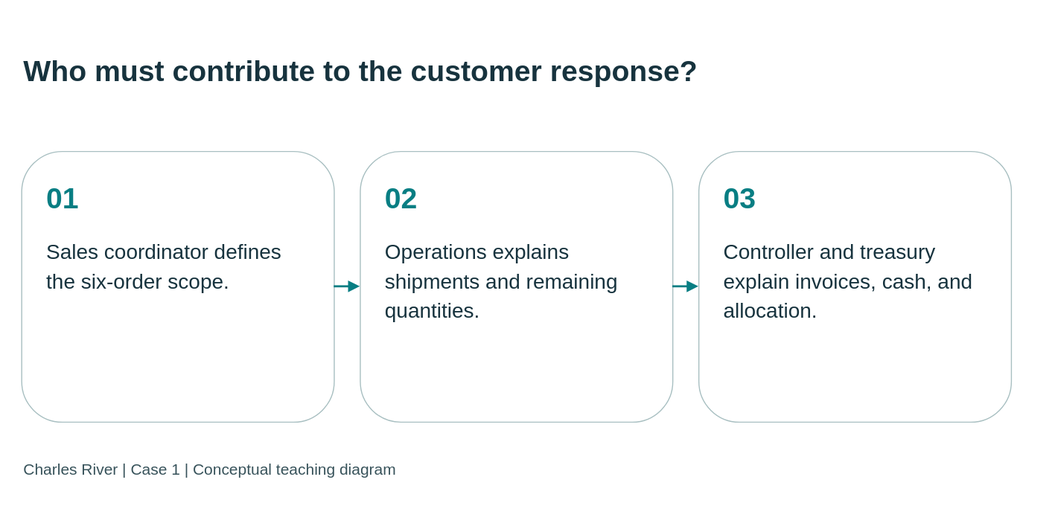
Above: static/diagrams/cases/case01-handoffs.svg in mmcodesso/CharlesRiver_Database (draw.io), before the change. Source tidied: cells renumbered, new cells last; positions are measured from the earlier drawing's top-left corner, leaving out a move shared by most shapes. Source of this version:
```xml
<mxGraphModel background="#f5f5ee">
  <root>
    <mxCell id="0" />
    <mxCell id="1" parent="0" />
    <mxCell id="2" value="Who must contribute to the customer response?" style="text;html=0;strokeColor=none;fillColor=none;align=left;verticalAlign=middle;whiteSpace=wrap;fontSize=28;fontStyle=1;fontColor=#17333e;fontFamily=Arial;" parent="1" vertex="1">
      <mxGeometry width="950" height="95" as="geometry" />
    </mxCell>
    <mxCell id="3" value="&lt;div style=&quot;font-size:28px;color:#087e83;font-weight:bold;margin-bottom:20px&quot;&gt;01&lt;/div&gt;&lt;div style=&quot;font-size:20px;line-height:1.4&quot;&gt;Sales coordinator defines the six-order scope.&lt;/div&gt;" style="rounded=1;whiteSpace=wrap;html=1;fillColor=#ffffff;strokeColor=#a8bfc1;fontColor=#17333e;align=left;verticalAlign=top;spacing=24;fontFamily=Arial;fontSize=20;" parent="1" vertex="1">
      <mxGeometry y="125" width="300" height="260" as="geometry" />
    </mxCell>
    <mxCell id="4" value="&lt;div style=&quot;font-size:28px;color:#087e83;font-weight:bold;margin-bottom:20px&quot;&gt;02&lt;/div&gt;&lt;div style=&quot;font-size:20px;line-height:1.4&quot;&gt;Operations explains shipments and remaining quantities.&lt;/div&gt;" style="rounded=1;whiteSpace=wrap;html=1;fillColor=#ffffff;strokeColor=#a8bfc1;fontColor=#17333e;align=left;verticalAlign=top;spacing=24;fontFamily=Arial;fontSize=20;" parent="1" vertex="1">
      <mxGeometry x="325" y="125" width="300" height="260" as="geometry" />
    </mxCell>
    <mxCell id="5" value="&lt;div style=&quot;font-size:28px;color:#087e83;font-weight:bold;margin-bottom:20px&quot;&gt;03&lt;/div&gt;&lt;div style=&quot;font-size:20px;line-height:1.4&quot;&gt;Controller and treasury explain invoices, cash, and allocation.&lt;/div&gt;" style="rounded=1;whiteSpace=wrap;html=1;fillColor=#ffffff;strokeColor=#a8bfc1;fontColor=#17333e;align=left;verticalAlign=top;spacing=24;fontFamily=Arial;fontSize=20;" parent="1" vertex="1">
      <mxGeometry x="650" y="125" width="300" height="260" as="geometry" />
    </mxCell>
    <mxCell id="6" style="edgeStyle=orthogonalEdgeStyle;rounded=0;html=1;endArrow=block;endFill=1;strokeColor=#087e83;strokeWidth=2;" parent="1" edge="1" source="3" target="4">
      <mxGeometry relative="1" as="geometry" />
    </mxCell>
    <mxCell id="7" style="edgeStyle=orthogonalEdgeStyle;rounded=0;html=1;endArrow=block;endFill=1;strokeColor=#087e83;strokeWidth=2;" parent="1" edge="1" source="4" target="5">
      <mxGeometry relative="1" as="geometry" />
    </mxCell>
    <mxCell id="8" value="Charles River | Case 1 | Conceptual teaching diagram" style="text;html=0;strokeColor=none;fillColor=none;align=left;fontSize=15;fontColor=#38535b;fontFamily=Arial;" parent="1" vertex="1">
      <mxGeometry y="415" width="950" height="35" as="geometry" />
    </mxCell>
  </root>
</mxGraphModel>
```
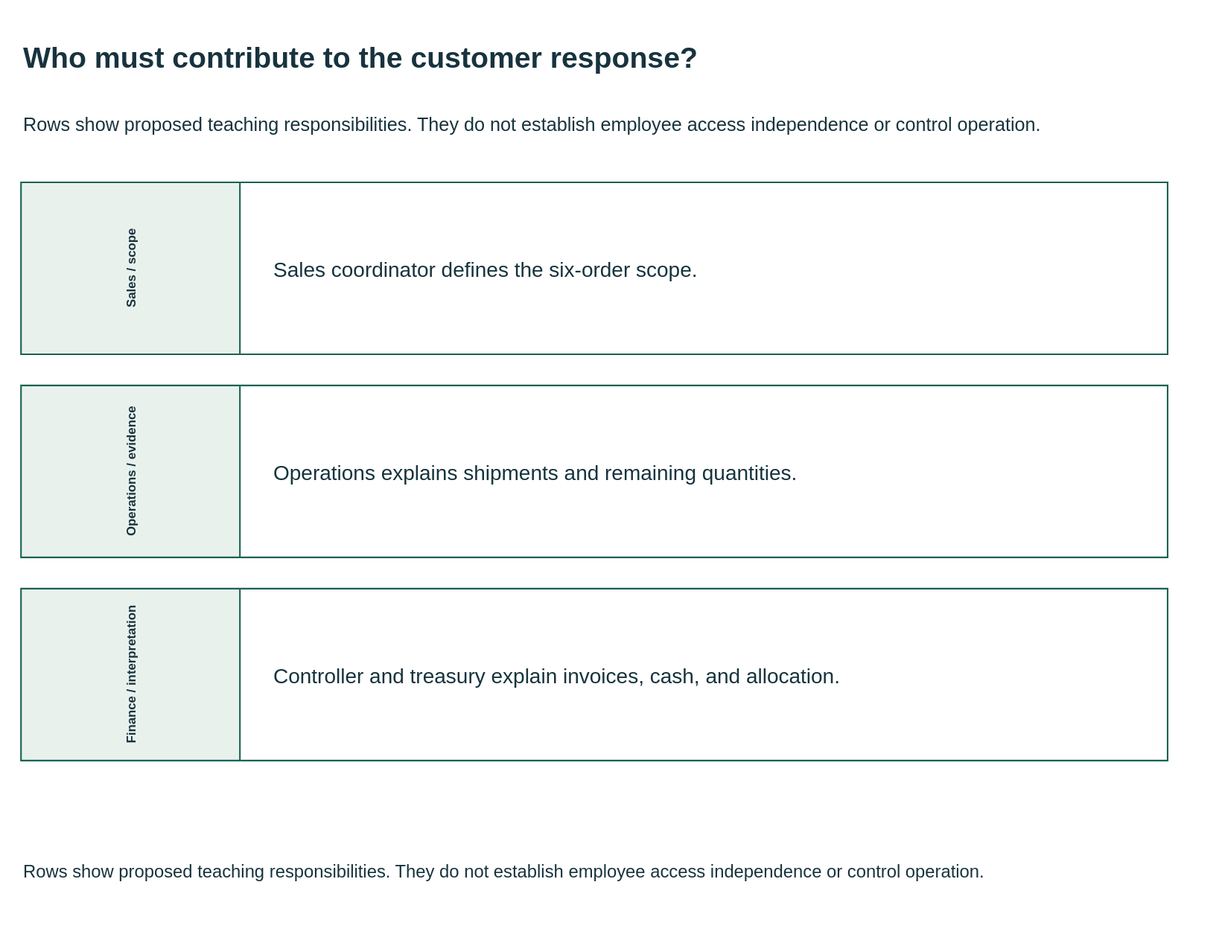
The same diagram one commit later.

The edit, as a diff of the source:
```diff
@@ -1,27 +1,33 @@
-<mxGraphModel background="#f5f5ee">
+<mxGraphModel background="#FFFFFF">
   <root>
     <mxCell id="0" />
     <mxCell id="1" parent="0" />
-    <mxCell id="2" value="Who must contribute to the customer response?" style="text;html=0;strokeColor=none;fillColor=none;align=left;verticalAlign=middle;whiteSpace=wrap;fontSize=28;fontStyle=1;fontColor=#17333e;fontFamily=Arial;" parent="1" vertex="1">
-      <mxGeometry width="950" height="95" as="geometry" />
+    <mxCell id="2" value="Who must contribute to the customer response?" style="html=0;fontFamily=Arial;fontSize=20;fontColor=#17333e;strokeColor=#196252;strokeWidth=1.5;whiteSpace=wrap;text;strokeColor=none;fillColor=none;align=left;verticalAlign=middle;fontSize=28;fontStyle=1;" parent="1" vertex="1">
+      <mxGeometry y="-10" width="1110" height="70" as="geometry" />
     </mxCell>
+    <mxCell id="9" value="Rows show proposed teaching responsibilities. They do not establish employee access independence or control operation." style="html=0;fontFamily=Arial;fontSize=20;fontColor=#17333e;strokeColor=#196252;strokeWidth=1.5;whiteSpace=wrap;text;strokeColor=none;fillColor=none;align=left;verticalAlign=middle;fontSize=18;fontStyle=0;" parent="1" vertex="1">
+      <mxGeometry y="62" width="1110" height="55" as="geometry" />
+    </mxCell>
-    <mxCell id="3" value="&lt;div style=&quot;font-size:28px;color:#087e83;font-weight:bold;margin-bottom:20px&quot;&gt;01&lt;/div&gt;&lt;div style=&quot;font-size:20px;line-height:1.4&quot;&gt;Sales coordinator defines the six-order scope.&lt;/div&gt;" style="rounded=1;whiteSpace=wrap;html=1;fillColor=#ffffff;strokeColor=#a8bfc1;fontColor=#17333e;align=left;verticalAlign=top;spacing=24;fontFamily=Arial;fontSize=20;" parent="1" vertex="1">
-      <mxGeometry y="125" width="300" height="260" as="geometry" />
+    <mxCell id="3" value="Sales / scope" style="html=0;fontFamily=Arial;fontSize=20;fontColor=#17333e;strokeColor=#196252;strokeWidth=1.5;whiteSpace=wrap;swimlane;horizontal=0;startSize=210;fillColor=#e9f1ed;swimlaneFillColor=#FFFFFF;" parent="1" vertex="1">
+      <mxGeometry y="145" width="1100" height="165" as="geometry" />
     </mxCell>
+    <mxCell id="10" value="Sales coordinator defines the six-order scope." style="html=0;fontFamily=Arial;fontSize=20;fontColor=#17333e;strokeColor=#196252;strokeWidth=1.5;whiteSpace=wrap;text;strokeColor=none;fillColor=none;align=left;verticalAlign=middle;fontSize=20;fontStyle=0;" parent="1" vertex="1">
+      <mxGeometry x="240" y="175" width="810" height="105" as="geometry" />
+    </mxCell>
-    <mxCell id="4" value="&lt;div style=&quot;font-size:28px;color:#087e83;font-weight:bold;margin-bottom:20px&quot;&gt;02&lt;/div&gt;&lt;div style=&quot;font-size:20px;line-height:1.4&quot;&gt;Operations explains shipments and remaining quantities.&lt;/div&gt;" style="rounded=1;whiteSpace=wrap;html=1;fillColor=#ffffff;strokeColor=#a8bfc1;fontColor=#17333e;align=left;verticalAlign=top;spacing=24;fontFamily=Arial;fontSize=20;" parent="1" vertex="1">
-      <mxGeometry x="325" y="125" width="300" height="260" as="geometry" />
+    <mxCell id="4" value="Operations / evidence" style="html=0;fontFamily=Arial;fontSize=20;fontColor=#17333e;strokeColor=#196252;strokeWidth=1.5;whiteSpace=wrap;swimlane;horizontal=0;startSize=210;fillColor=#e9f1ed;swimlaneFillColor=#FFFFFF;" parent="1" vertex="1">
+      <mxGeometry y="340" width="1100" height="165" as="geometry" />
     </mxCell>
+    <mxCell id="11" value="Operations explains shipments and remaining quantities." style="html=0;fontFamily=Arial;fontSize=20;fontColor=#17333e;strokeColor=#196252;strokeWidth=1.5;whiteSpace=wrap;text;strokeColor=none;fillColor=none;align=left;verticalAlign=middle;fontSize=20;fontStyle=0;" parent="1" vertex="1">
+      <mxGeometry x="240" y="370" width="810" height="105" as="geometry" />
+    </mxCell>
-    <mxCell id="5" value="&lt;div style=&quot;font-size:28px;color:#087e83;font-weight:bold;margin-bottom:20px&quot;&gt;03&lt;/div&gt;&lt;div style=&quot;font-size:20px;line-height:1.4&quot;&gt;Controller and treasury explain invoices, cash, and allocation.&lt;/div&gt;" style="rounded=1;whiteSpace=wrap;html=1;fillColor=#ffffff;strokeColor=#a8bfc1;fontColor=#17333e;align=left;verticalAlign=top;spacing=24;fontFamily=Arial;fontSize=20;" parent="1" vertex="1">
-      <mxGeometry x="650" y="125" width="300" height="260" as="geometry" />
+    <mxCell id="5" value="Finance / interpretation" style="html=0;fontFamily=Arial;fontSize=20;fontColor=#17333e;strokeColor=#196252;strokeWidth=1.5;whiteSpace=wrap;swimlane;horizontal=0;startSize=210;fillColor=#e9f1ed;swimlaneFillColor=#FFFFFF;" parent="1" vertex="1">
+      <mxGeometry y="535" width="1100" height="165" as="geometry" />
     </mxCell>
-    <mxCell id="6" style="edgeStyle=orthogonalEdgeStyle;rounded=0;html=1;endArrow=block;endFill=1;strokeColor=#087e83;strokeWidth=2;" parent="1" edge="1" source="3" target="4">
-      <mxGeometry relative="1" as="geometry" />
-    </mxCell>
-    <mxCell id="7" style="edgeStyle=orthogonalEdgeStyle;rounded=0;html=1;endArrow=block;endFill=1;strokeColor=#087e83;strokeWidth=2;" parent="1" edge="1" source="4" target="5">
-      <mxGeometry relative="1" as="geometry" />
-    </mxCell>
+    <mxCell id="12" value="Controller and treasury explain invoices, cash, and allocation." style="html=0;fontFamily=Arial;fontSize=20;fontColor=#17333e;strokeColor=#196252;strokeWidth=1.5;whiteSpace=wrap;text;strokeColor=none;fillColor=none;align=left;verticalAlign=middle;fontSize=20;fontStyle=0;" parent="1" vertex="1">
+      <mxGeometry x="240" y="565" width="810" height="105" as="geometry" />
+    </mxCell>
-    <mxCell id="8" value="Charles River | Case 1 | Conceptual teaching diagram" style="text;html=0;strokeColor=none;fillColor=none;align=left;fontSize=15;fontColor=#38535b;fontFamily=Arial;" parent="1" vertex="1">
-      <mxGeometry y="415" width="950" height="35" as="geometry" />
+    <mxCell id="8" value="Rows show proposed teaching responsibilities. They do not establish employee access independence or control operation." style="html=0;fontFamily=Arial;fontSize=20;fontColor=#17333e;strokeColor=#196252;strokeWidth=1.5;whiteSpace=wrap;text;strokeColor=none;fillColor=none;align=left;verticalAlign=middle;fontSize=17;fontStyle=0;" parent="1" vertex="1">
+      <mxGeometry y="777" width="1110" height="60" as="geometry" />
     </mxCell>
   </root>
 </mxGraphModel>
```
